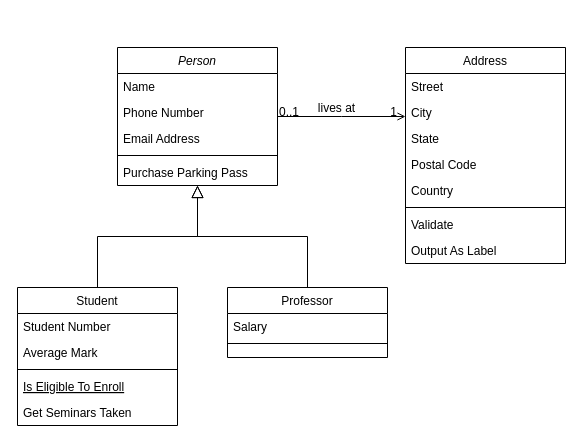
Above: Diagrama sem nome.drawio in marinando/EstudoDeCaso1 (draw.io), before the change. Source tidied: cells renumbered, new cells numbered last; positions are measured from the earlier drawing's top-left corner, leaving out a move shared by most shapes. Both pictures are drawn from the tidied source at 100%, with x=0, y=0 at pixel (17, 47).
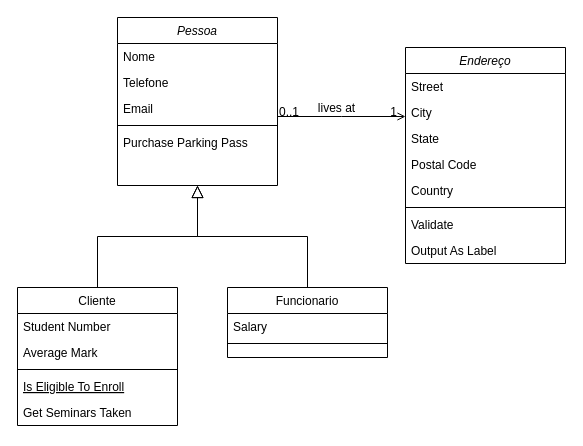
The same diagram, later.

Commit message:
Diagrama - Estudo de Caso

What changed in the source:
```diff
@@
-    <mxCell id="2" value="Person" style="swimlane;fontStyle=2;align=center;verticalAlign=top;horizontal=1;startSize=26;rounded=0;shadow=0;strokeWidth=1;" parent="1" vertex="1">
-      <mxGeometry x="100" width="160" height="138" as="geometry" />
+    <mxCell id="2" value="Pessoa" style="swimlane;fontStyle=2;align=center;verticalAlign=top;horizontal=1;startSize=26;rounded=0;shadow=0;strokeWidth=1;" parent="1" vertex="1">
+      <mxGeometry x="100" y="-30" width="160" height="168" as="geometry" />
     </mxCell>
-    <mxCell id="3" value="Name" style="text;align=left;verticalAlign=top;spacingLeft=4;spacingRight=4;overflow=hidden;" parent="2" vertex="1">
+    <mxCell id="3" value="Nome" style="text;align=left;verticalAlign=top;spacingLeft=4;spacingRight=4;overflow=hidden;" parent="2" vertex="1">
       <mxGeometry y="26" width="160" height="26" as="geometry" />
     </mxCell>
-    <mxCell id="4" value="Phone Number" style="text;align=left;verticalAlign=top;spacingLeft=4;spacingRight=4;overflow=hidden;rounded=0;shadow=0;html=0;" parent="2" vertex="1">
+    <mxCell id="4" value="Telefone" style="text;align=left;verticalAlign=top;spacingLeft=4;spacingRight=4;overflow=hidden;rounded=0;shadow=0;html=0;" parent="2" vertex="1">
       <mxGeometry y="52" width="160" height="26" as="geometry" />
     </mxCell>
-    <mxCell id="5" value="Email Address" style="text;align=left;verticalAlign=top;spacingLeft=4;spacingRight=4;overflow=hidden;rounded=0;shadow=0;html=0;" parent="2" vertex="1">
+    <mxCell id="5" value="Email" style="text;align=left;verticalAlign=top;spacingLeft=4;spacingRight=4;overflow=hidden;rounded=0;shadow=0;html=0;" parent="2" vertex="1">
       <mxGeometry y="78" width="160" height="26" as="geometry" />
     </mxCell>
@@
-    <mxCell id="8" value="Student" style="swimlane;fontStyle=0;align=center;verticalAlign=top;horizontal=1;startSize=26;rounded=0;shadow=0;strokeWidth=1;" parent="1" vertex="1">
+    <mxCell id="8" value="Cliente" style="swimlane;fontStyle=0;align=center;verticalAlign=top;horizontal=1;startSize=26;rounded=0;shadow=0;strokeWidth=1;" parent="1" vertex="1">
       <mxGeometry y="240" width="160" height="138" as="geometry" />
     </mxCell>
@@
-    <mxCell id="15" value="Professor" style="swimlane;fontStyle=0;align=center;verticalAlign=top;horizontal=1;startSize=26;rounded=0;shadow=0;strokeWidth=1;" parent="1" vertex="1">
+    <mxCell id="15" value="Funcionario" style="swimlane;fontStyle=0;align=center;verticalAlign=top;horizontal=1;startSize=26;rounded=0;shadow=0;strokeWidth=1;" parent="1" vertex="1">
       <mxGeometry x="210" y="240" width="160" height="70" as="geometry" />
     </mxCell>
@@
-    <mxCell id="19" value="Address" style="swimlane;fontStyle=0;align=center;verticalAlign=top;horizontal=1;startSize=26;rounded=0;shadow=0;strokeWidth=1;" parent="1" vertex="1">
+    <mxCell id="19" value="Endereço" style="swimlane;fontStyle=2;align=center;verticalAlign=top;horizontal=1;startSize=26;rounded=0;shadow=0;strokeWidth=1;" parent="1" vertex="1">
       <mxGeometry x="388" width="160" height="216" as="geometry" />
     </mxCell>
```
